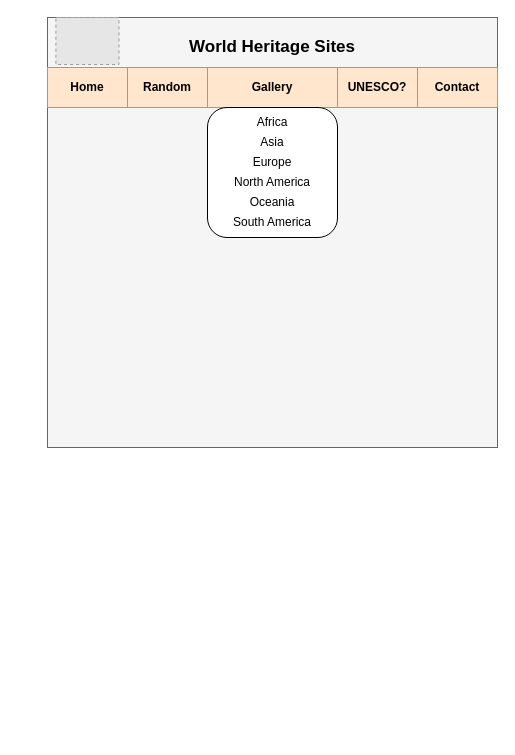
Woojin-nz/CC_Media_Showcase keeps this draw.io diagram as Wireframe.drawio. Above is the earlier version. Source tidied: cells renumbered, new cells numbered last; positions are measured from the earlier drawing's top-left corner, leaving out a move shared by most shapes. Both pictures are drawn from the tidied source at 100%, with x=0, y=0 at pixel (47, 17). Pictures stored in the file or linked from it are replaced by grey dashed boxes.
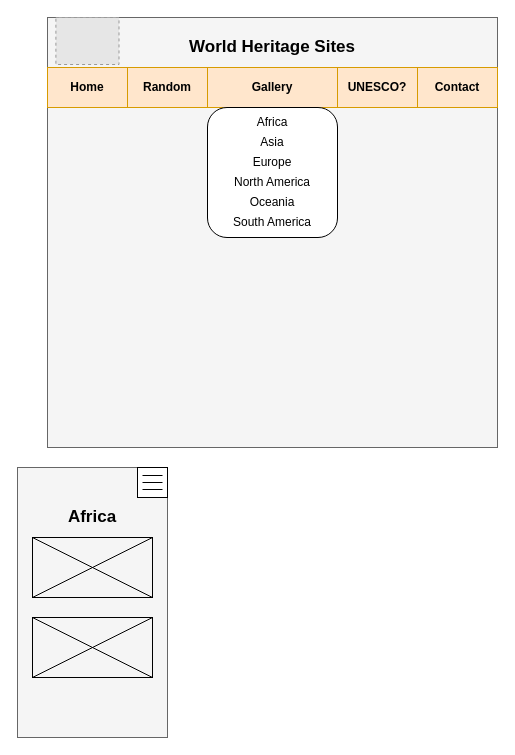
The same page after the edit.

What changed in the source:
```diff
@@
+    <mxCell id="17" style="rounded=0;whiteSpace=wrap;html=1;fillColor=#f5f5f5;strokeColor=#666666;fontColor=#333333;" parent="1" vertex="1">
+      <mxGeometry x="-30" y="450" width="150" height="270" as="geometry" />
+    </mxCell>
+    <mxCell id="18" value="&lt;span style=&quot;font-size: 17px&quot;&gt;&lt;b&gt;Africa&lt;/b&gt;&lt;/span&gt;" style="text;html=1;strokeColor=none;fillColor=none;align=center;verticalAlign=middle;whiteSpace=wrap;rounded=0;" parent="1" vertex="1">
+      <mxGeometry x="-15" y="480" width="120" height="40" as="geometry" />
+    </mxCell>
+    <mxCell id="19" style="rounded=0;whiteSpace=wrap;html=1;" parent="1" vertex="1">
+      <mxGeometry x="90" y="450" width="30" height="30" as="geometry" />
+    </mxCell>
+    <mxCell id="20" style="endArrow=none;html=1;" parent="1" edge="1">
+      <mxGeometry relative="1" as="geometry">
+        <mxPoint x="95" y="458" as="sourcePoint" />
+        <mxPoint x="115" y="458" as="targetPoint" />
+        <Array as="points">
+          <mxPoint x="115" y="458" />
+        </Array>
+      </mxGeometry>
+    </mxCell>
+    <mxCell id="21" style="endArrow=none;html=1;" parent="1" edge="1">
+      <mxGeometry relative="1" as="geometry">
+        <mxPoint x="95" y="465" as="sourcePoint" />
+        <mxPoint x="115" y="465" as="targetPoint" />
+        <Array as="points">
+          <mxPoint x="115" y="465" />
+        </Array>
+      </mxGeometry>
+    </mxCell>
+    <mxCell id="22" style="endArrow=none;html=1;" parent="1" edge="1">
+      <mxGeometry relative="1" as="geometry">
+        <mxPoint x="95" y="472" as="sourcePoint" />
+        <mxPoint x="115" y="472" as="targetPoint" />
+        <Array as="points">
+          <mxPoint x="115" y="472" />
+        </Array>
+      </mxGeometry>
+    </mxCell>
+    <mxCell id="23" style="rounded=0;whiteSpace=wrap;html=1;fillColor=none;" parent="1" vertex="1">
+      <mxGeometry x="-15" y="520" width="120" height="60" as="geometry" />
+    </mxCell>
+    <mxCell id="24" style="endArrow=none;html=1;exitX=0;exitY=1;exitDx=0;exitDy=0;" parent="1" edge="1" source="23">
+      <mxGeometry relative="1" as="geometry">
+        <mxPoint x="105" y="520" as="targetPoint" />
+      </mxGeometry>
+    </mxCell>
+    <mxCell id="25" style="endArrow=none;html=1;exitX=0;exitY=0;exitDx=0;exitDy=0;entryX=1;entryY=1;entryDx=0;entryDy=0;" parent="1" edge="1" source="23" target="23">
+      <mxGeometry relative="1" as="geometry" />
+    </mxCell>
+    <mxCell id="26" style="rounded=0;whiteSpace=wrap;html=1;fillColor=none;" parent="1" vertex="1">
+      <mxGeometry x="-15" y="600" width="120" height="60" as="geometry" />
+    </mxCell>
+    <mxCell id="27" style="endArrow=none;html=1;exitX=0;exitY=1;exitDx=0;exitDy=0;" parent="1" edge="1" source="26">
+      <mxGeometry relative="1" as="geometry">
+        <mxPoint x="105" y="600" as="targetPoint" />
+      </mxGeometry>
+    </mxCell>
+    <mxCell id="28" style="endArrow=none;html=1;exitX=0;exitY=0;exitDx=0;exitDy=0;entryX=1;entryY=1;entryDx=0;entryDy=0;" parent="1" edge="1" source="26" target="26">
+      <mxGeometry relative="1" as="geometry" />
+    </mxCell>
```
